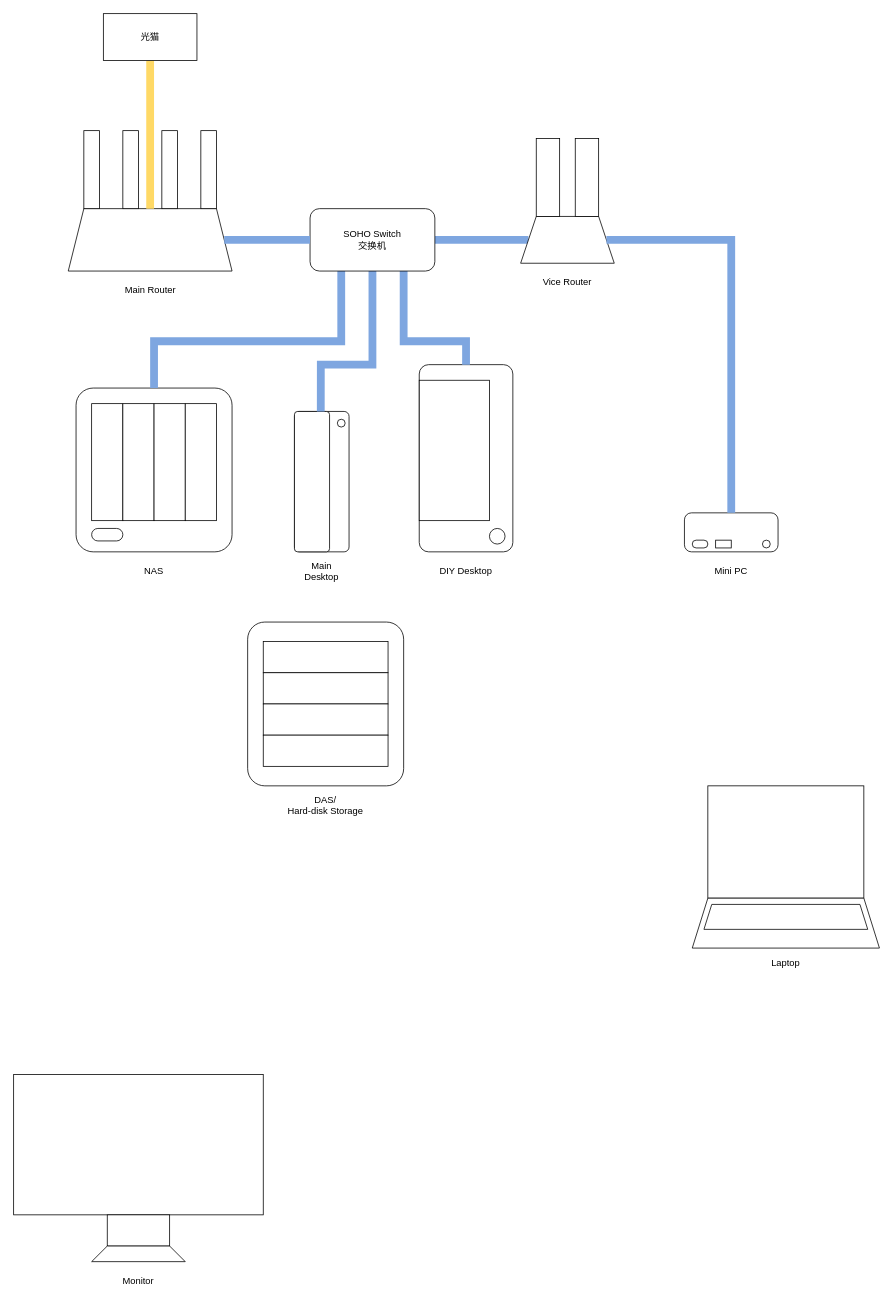
The draw.io diagram page "Page-1" (1 of 3) of Network.drawio in johnseetoh25/draw.io_Gallery, before the edit. Source tidied: cells renumbered, new cells numbered last; positions are measured from the earlier drawing's top-left corner, leaving out a move shared by most shapes. Both pictures are drawn from the tidied source at 78%, with x=0, y=0 at pixel (13, 13).
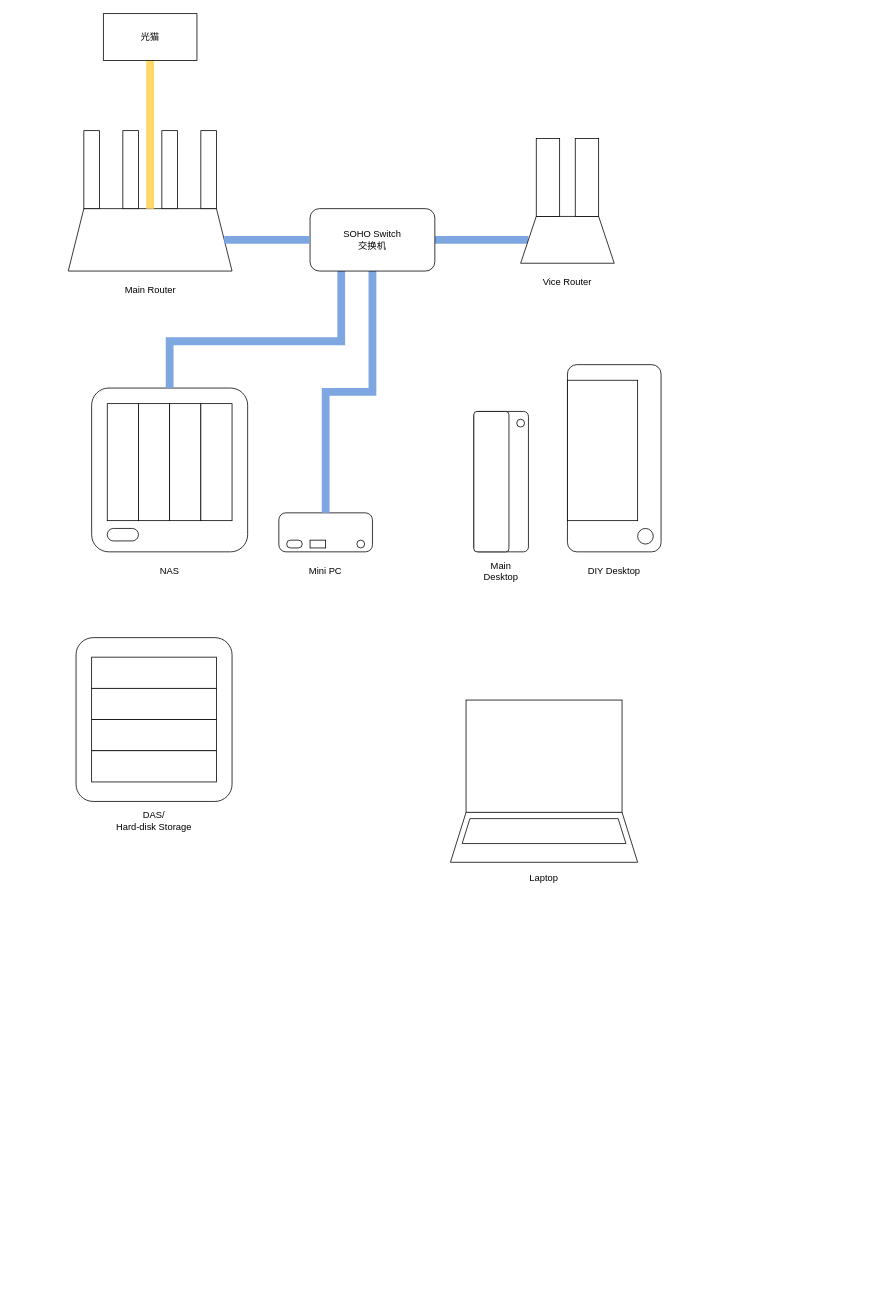
Above is the later version.

Unchanged cells that the change refers to:
```xml
<mxCell id="3" style="rounded=1;whiteSpace=wrap;html=1;arcSize=11;" parent="2" vertex="1">
  <mxGeometry width="200" height="210" as="geometry" />
</mxCell>
<mxCell id="23" style="rounded=1;whiteSpace=wrap;html=1;arcSize=10;" parent="22" vertex="1">
  <mxGeometry width="120" height="240" as="geometry" />
</mxCell>
<mxCell id="42" style="rounded=1;whiteSpace=wrap;html=1;arcSize=9;" parent="39" vertex="1">
  <mxGeometry width="45" height="180" as="geometry" />
</mxCell>
<mxCell id="45" style="rounded=1;whiteSpace=wrap;html=1;arcSize=18;" parent="44" vertex="1">
  <mxGeometry width="120" height="50" as="geometry" />
</mxCell>
<mxCell id="54" value="SOHO Switch&lt;div&gt;交换机&lt;/div&gt;" style="rounded=1;whiteSpace=wrap;html=1;" parent="1" vertex="1">
  <mxGeometry x="380" y="250" width="160" height="80" as="geometry" />
</mxCell>
<mxCell id="58" style="shape=trapezoid;perimeter=trapezoidPerimeter;whiteSpace=wrap;html=1;fixedSize=1;" parent="57" vertex="1">
  <mxGeometry y="100" width="120" height="60" as="geometry" />
</mxCell>
```

Change to the diagram source:
```diff
@@
     <mxCell id="2" style="group;" parent="1" vertex="1">
-      <mxGeometry x="80" y="480" width="200" height="250" as="geometry" />
+      <mxGeometry x="100" y="480" width="200" height="250" as="geometry" />
     </mxCell>
@@
-    <mxCell id="17" style="group;" parent="1" vertex="1">
-      <mxGeometry y="1360" width="320" height="280" as="geometry" />
-    </mxCell>
-    <mxCell id="18" style="rounded=0;whiteSpace=wrap;html=1;" parent="17" vertex="1">
-      <mxGeometry width="320" height="180" as="geometry" />
-    </mxCell>
-    <mxCell id="19" style="rounded=0;whiteSpace=wrap;html=1;" parent="17" vertex="1">
-      <mxGeometry x="120" y="180" width="80" height="40" as="geometry" />
-    </mxCell>
-    <mxCell id="20" style="shape=trapezoid;perimeter=trapezoidPerimeter;whiteSpace=wrap;html=1;fixedSize=1;" parent="17" vertex="1">
-      <mxGeometry x="100" y="220" width="120" height="20" as="geometry" />
-    </mxCell>
-    <mxCell id="21" value="Monitor" style="text;html=1;align=center;verticalAlign=middle;whiteSpace=wrap;rounded=0;" parent="17" vertex="1">
-      <mxGeometry x="120" y="250" width="80" height="30" as="geometry" />
-    </mxCell>
     <mxCell id="22" style="group;" parent="1" vertex="1">
-      <mxGeometry x="520" y="450" width="120" height="280" as="geometry" />
+      <mxGeometry x="710" y="450" width="120" height="280" as="geometry" />
     </mxCell>
@@
     <mxCell id="27" style="group;" parent="1" vertex="1">
-      <mxGeometry x="300" y="780" width="200" height="250" as="geometry" />
+      <mxGeometry x="80" y="800" width="200" height="250" as="geometry" />
     </mxCell>
@@
     <mxCell id="34" style="group;" parent="1" vertex="1">
-      <mxGeometry x="870" y="990" width="240" height="240" as="geometry" />
+      <mxGeometry x="560" y="880" width="240" height="240" as="geometry" />
     </mxCell>
@@
     <mxCell id="39" style="group;" parent="1" vertex="1">
-      <mxGeometry x="360" y="510" width="70" height="220" as="geometry" />
+      <mxGeometry x="590" y="510" width="70" height="220" as="geometry" />
     </mxCell>
@@
     <mxCell id="44" style="group;" parent="1" vertex="1">
-      <mxGeometry x="860" y="640" width="120" height="90" as="geometry" />
+      <mxGeometry x="340" y="640" width="120" height="90" as="geometry" />
     </mxCell>
@@
-    <mxCell id="50" style="edgeStyle=orthogonalEdgeStyle;rounded=0;jettySize=auto;html=1;exitX=0.25;exitY=1;exitDx=0;exitDy=0;endArrow=none;startFill=0;strokeColor=#7EA6E0;strokeWidth=10;" parent="1" edge="1" source="54" target="3">
+    <mxCell id="50" style="edgeStyle=orthogonalEdgeStyle;rounded=0;jettySize=auto;html=1;exitX=0.25;exitY=1;exitDx=0;exitDy=0;endArrow=none;startFill=0;strokeColor=#7EA6E0;strokeWidth=10;entryX=0.5;entryY=0;entryDx=0;entryDy=0;" parent="1" edge="1" source="54" target="3">
       <mxGeometry relative="1" as="geometry">
         <Array as="points">
           <mxPoint x="420" y="420" />
-          <mxPoint x="180" y="420" />
+          <mxPoint x="200" y="420" />
         </Array>
       </mxGeometry>
     </mxCell>
-    <mxCell id="51" style="edgeStyle=orthogonalEdgeStyle;rounded=0;jettySize=auto;html=1;entryX=0.75;entryY=0;entryDx=0;entryDy=0;exitX=0.5;exitY=1;exitDx=0;exitDy=0;strokeWidth=10;endArrow=none;startFill=0;strokeColor=#7EA6E0;" parent="1" edge="1" source="54" target="42">
-      <mxGeometry relative="1" as="geometry">
-        <Array as="points">
-          <mxPoint x="460" y="450" />
-          <mxPoint x="394" y="450" />
-        </Array>
-      </mxGeometry>
-    </mxCell>
@@
-    <mxCell id="53" style="edgeStyle=orthogonalEdgeStyle;rounded=0;jettySize=auto;html=1;entryX=0.5;entryY=0;entryDx=0;entryDy=0;exitX=0.75;exitY=1;exitDx=0;exitDy=0;endArrow=none;startFill=0;strokeWidth=10;strokeColor=#7EA6E0;" parent="1" edge="1" source="54" target="23">
-      <mxGeometry relative="1" as="geometry">
-        <Array as="points">
-          <mxPoint x="500" y="420" />
-          <mxPoint x="580" y="420" />
-        </Array>
-      </mxGeometry>
-    </mxCell>
+    <mxCell id="64" style="edgeStyle=orthogonalEdgeStyle;rounded=0;jettySize=auto;html=1;strokeColor=#7EA6E0;endArrow=none;startFill=0;strokeWidth=10;" parent="1" edge="1" source="54" target="45">
+      <mxGeometry relative="1" as="geometry" />
+    </mxCell>
@@
-    <mxCell id="63" style="edgeStyle=orthogonalEdgeStyle;rounded=0;jettySize=auto;html=1;entryX=0.5;entryY=0;entryDx=0;entryDy=0;strokeColor=#7EA6E0;endArrow=none;startFill=0;strokeWidth=10;" parent="1" edge="1" source="58" target="45">
-      <mxGeometry relative="1" as="geometry" />
-    </mxCell>
```
